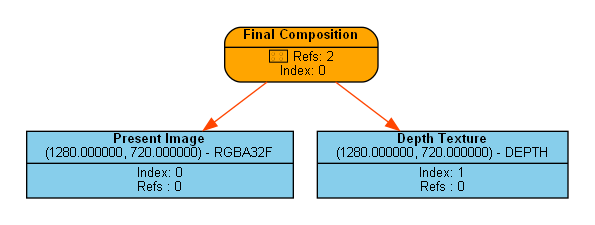
Earlier version of the Graphviz export Engine/content/FrameGraphs/PNG/frame_graph_test.png (Pikachuxxxx/Razix). Its source is kept beside it as Engine/content/FrameGraphs/frame_graph_test.dot. The source it was exported from:
```dot
digraph FrameGraph {
graph [style=invis, rankdir="TB" ordering=out, splines=spline]
node [shape=record, fontname="helvetica", fontsize=10, margin="0.2,0.03"]

P0 [label=<{ {<B>Final Composition</B>} | {&#x2605; Refs: 2<BR/> Index: 0} }> style="rounded,filled", fillcolor=orange]

R0_1 [label=<{ {<B>Present Image</B><BR/>(1280.000000, 720.000000) - RGBA32F} | {Index: 0<BR/>Refs : 0} }> style=filled, fillcolor=skyblue]
R1_1 [label=<{ {<B>Depth Texture</B><BR/>(1280.000000, 720.000000) - DEPTH} | {Index: 1<BR/>Refs : 0} }> style=filled, fillcolor=skyblue]

P0 -> { R0_1 R1_1 } [color=orangered]

R0_1 -> { } [color=olivedrab3]
R1_1 -> { } [color=olivedrab3]

subgraph cluster_0 {
P0 R0_1 R1_1
}

subgraph cluster_imported_resources {
graph [style=dotted, fontname="helvetica", label=< <B>Imported</B> >]

}

}
```
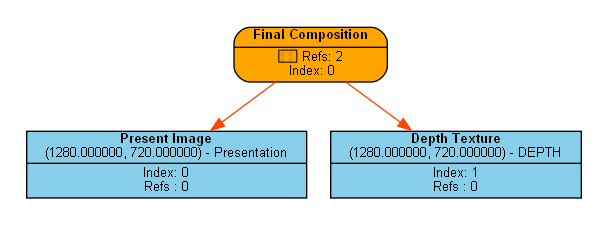
After the commit.

Change to the diagram source:
```diff
@@ -4,7 +4,7 @@
 
 P0 [label=<{ {<B>Final Composition</B>} | {&#x2605; Refs: 2<BR/> Index: 0} }> style="rounded,filled", fillcolor=orange]
 
-R0_1 [label=<{ {<B>Present Image</B><BR/>(1280.000000, 720.000000) - RGBA32F} | {Index: 0<BR/>Refs : 0} }> style=filled, fillcolor=skyblue]
+R0_1 [label=<{ {<B>Present Image</B><BR/>(1280.000000, 720.000000) - Presentation} | {Index: 0<BR/>Refs : 0} }> style=filled, fillcolor=skyblue]
 R1_1 [label=<{ {<B>Depth Texture</B><BR/>(1280.000000, 720.000000) - DEPTH} | {Index: 1<BR/>Refs : 0} }> style=filled, fillcolor=skyblue]
 
 P0 -> { R0_1 R1_1 } [color=orangered]
```
